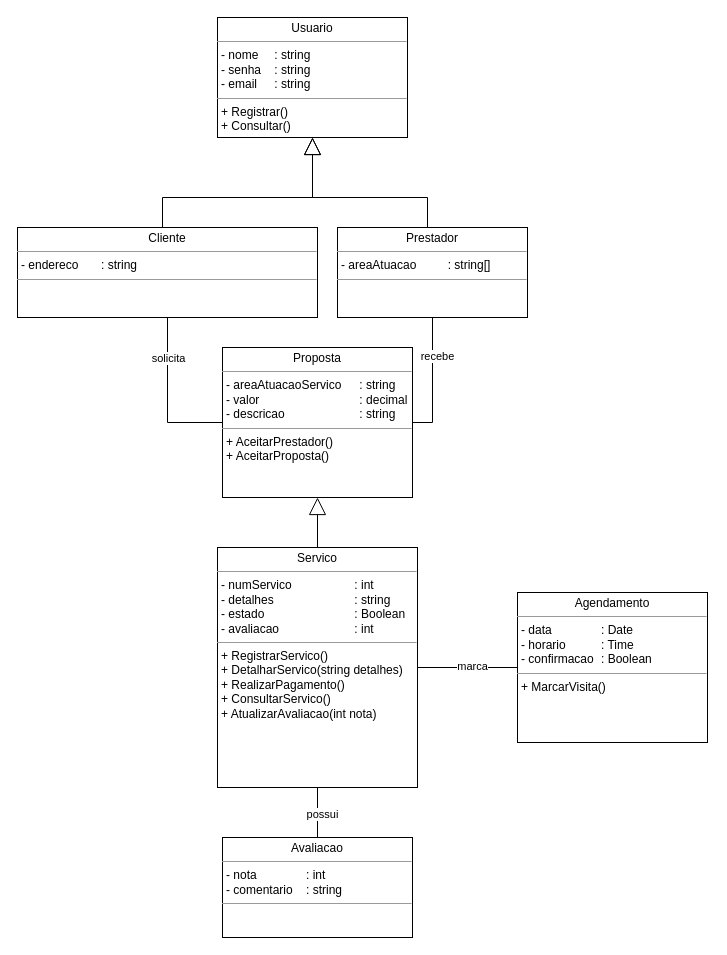
This is docs/DiagramaDeClasses.drawio from LucBonnet/eServicos, a draw.io file, before an edit. Source tidied: cells renumbered, new cells numbered last; positions are measured from the earlier drawing's top-left corner, leaving out a move shared by most shapes. Both pictures are drawn from the tidied source at 100%, with x=0, y=0 at pixel (17, 17).
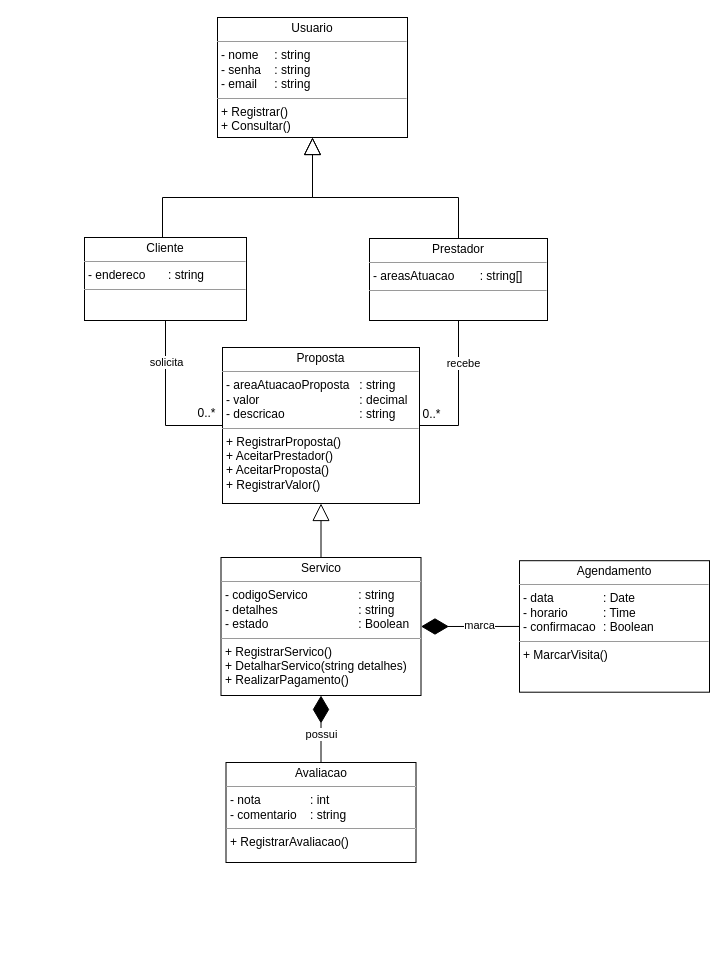
The same page after the edit.

Commit message (it also covers changes not shown here):
Diagrama de Classes

The change refers to these unchanged cells:
```xml
<mxCell id="15" value="&lt;p style=&quot;margin:0px;margin-top:4px;text-align:center;&quot;&gt;Usuario&lt;/p&gt;&lt;hr size=&quot;1&quot;&gt;&lt;p style=&quot;margin:0px;margin-left:4px;&quot;&gt;- nome&lt;span style=&quot;white-space: pre;&quot;&gt;&#9;&lt;/span&gt;: string&lt;/p&gt;&lt;p style=&quot;margin:0px;margin-left:4px;&quot;&gt;- senha&lt;span style=&quot;white-space: pre;&quot;&gt;&#9;&lt;/span&gt;: string&lt;/p&gt;&lt;p style=&quot;margin:0px;margin-left:4px;&quot;&gt;- email&lt;span style=&quot;white-space: pre;&quot;&gt;&#9;&lt;/span&gt;: string&lt;/p&gt;&lt;hr size=&quot;1&quot;&gt;&lt;p style=&quot;margin:0px;margin-left:4px;&quot;&gt;+ Registrar()&lt;/p&gt;&lt;p style=&quot;margin:0px;margin-left:4px;&quot;&gt;+ Consultar()&lt;/p&gt;" style="verticalAlign=top;align=left;overflow=fill;fontSize=12;fontFamily=Helvetica;html=1;rounded=0;shadow=0;comic=0;labelBackgroundColor=none;strokeWidth=1;" parent="1" vertex="1">
  <mxGeometry x="200" width="190" height="120" as="geometry" />
</mxCell>
```

Diff of the diagram source:
```diff
@@
     <mxCell id="5" value="&lt;p style=&quot;margin:0px;margin-top:4px;text-align:center;&quot;&gt;Cliente&lt;/p&gt;&lt;hr size=&quot;1&quot;&gt;&lt;p style=&quot;margin:0px;margin-left:4px;&quot;&gt;- endereco&lt;span style=&quot;white-space: pre;&quot;&gt;&#9;&lt;/span&gt;: string&lt;/p&gt;&lt;hr size=&quot;1&quot;&gt;&lt;p style=&quot;margin:0px;margin-left:4px;&quot;&gt;&lt;br&gt;&lt;/p&gt;" style="verticalAlign=top;align=left;overflow=fill;fontSize=12;fontFamily=Helvetica;html=1;rounded=0;shadow=0;comic=0;labelBackgroundColor=none;strokeWidth=1;" parent="1" vertex="1">
-      <mxGeometry y="210" width="300" height="90" as="geometry" />
+      <mxGeometry x="67" y="220" width="162" height="83" as="geometry" />
     </mxCell>
     <mxCell id="6" style="edgeStyle=orthogonalEdgeStyle;rounded=0;jettySize=auto;html=1;entryX=0.5;entryY=1;entryDx=0;entryDy=0;endArrow=block;endFill=0;endSize=15;" parent="1" edge="1" source="9" target="15">
       <mxGeometry relative="1" as="geometry">
         <Array as="points">
-          <mxPoint x="410" y="180" />
+          <mxPoint x="441" y="180" />
           <mxPoint x="295" y="180" />
         </Array>
       </mxGeometry>
     </mxCell>
@@
-    <mxCell id="9" value="&lt;p style=&quot;margin:0px;margin-top:4px;text-align:center;&quot;&gt;Prestador&lt;/p&gt;&lt;hr size=&quot;1&quot;&gt;&lt;p style=&quot;margin:0px;margin-left:4px;&quot;&gt;- areaAtuacao&lt;span style=&quot;white-space: pre;&quot;&gt;&#9;&lt;span style=&quot;white-space: pre;&quot;&gt;&#9;&lt;/span&gt;&lt;/span&gt;: string[]&lt;/p&gt;&lt;hr size=&quot;1&quot;&gt;&lt;p style=&quot;margin:0px;margin-left:4px;&quot;&gt;&lt;br&gt;&lt;/p&gt;" style="verticalAlign=top;align=left;overflow=fill;fontSize=12;fontFamily=Helvetica;html=1;rounded=0;shadow=0;comic=0;labelBackgroundColor=none;strokeWidth=1;" parent="1" vertex="1">
-      <mxGeometry x="320" y="210" width="190" height="90" as="geometry" />
+    <mxCell id="9" value="&lt;p style=&quot;margin:0px;margin-top:4px;text-align:center;&quot;&gt;Prestador&lt;/p&gt;&lt;hr size=&quot;1&quot;&gt;&lt;p style=&quot;margin:0px;margin-left:4px;&quot;&gt;- areasAtuacao&lt;span style=&quot;white-space: pre;&quot;&gt;&#9;&lt;/span&gt;: string[]&lt;/p&gt;&lt;hr size=&quot;1&quot;&gt;&lt;p style=&quot;margin:0px;margin-left:4px;&quot;&gt;&lt;br&gt;&lt;/p&gt;" style="verticalAlign=top;align=left;overflow=fill;fontSize=12;fontFamily=Helvetica;html=1;rounded=0;shadow=0;comic=0;labelBackgroundColor=none;strokeWidth=1;" parent="1" vertex="1">
+      <mxGeometry x="352" y="221" width="178" height="82" as="geometry" />
     </mxCell>
-    <mxCell id="10" style="edgeStyle=orthogonalEdgeStyle;rounded=0;jettySize=auto;html=1;entryX=0;entryY=0.5;entryDx=0;entryDy=0;endArrow=none;endFill=0;" parent="1" edge="1" source="13" target="14">
+    <mxCell id="10" style="edgeStyle=orthogonalEdgeStyle;rounded=0;jettySize=auto;html=1;entryX=1;entryY=0.5;entryDx=0;entryDy=0;endArrow=diamondThin;endFill=1;exitX=0;exitY=0.5;exitDx=0;exitDy=0;strokeWidth=1;startSize=6;endSize=25;" parent="1" edge="1" source="14" target="13">
       <mxGeometry relative="1" as="geometry" />
     </mxCell>
     <mxCell id="11" value="marca" style="edgeLabel;html=1;align=center;verticalAlign=middle;" parent="10" vertex="1">
-      <mxGeometry x="0.07" y="2" relative="1" as="geometry" />
+      <mxGeometry x="0.07" y="2" relative="1" as="geometry">
+        <mxPoint x="12" y="-3" as="offset" />
+      </mxGeometry>
     </mxCell>
@@
-    <mxCell id="13" value="&lt;p style=&quot;margin:0px;margin-top:4px;text-align:center;&quot;&gt;Servico&lt;/p&gt;&lt;hr size=&quot;1&quot;&gt;&lt;p style=&quot;margin:0px;margin-left:4px;&quot;&gt;- numServico&lt;span style=&quot;white-space: pre;&quot;&gt;&#9;&lt;/span&gt;&lt;span style=&quot;white-space: pre;&quot;&gt;&#9;&lt;/span&gt;&lt;span style=&quot;white-space: pre;&quot;&gt;&#9;&lt;/span&gt;: int&lt;/p&gt;&lt;p style=&quot;margin:0px;margin-left:4px;&quot;&gt;- detalhes&lt;span style=&quot;white-space: pre;&quot;&gt;&#9;&lt;/span&gt;&lt;span style=&quot;white-space: pre;&quot;&gt;&#9;&lt;/span&gt;&lt;span style=&quot;white-space: pre;&quot;&gt;&#9;&lt;/span&gt;: string&lt;/p&gt;&lt;p style=&quot;margin:0px;margin-left:4px;&quot;&gt;- estado&lt;span style=&quot;white-space: pre;&quot;&gt;&#9;&lt;/span&gt;&lt;span style=&quot;white-space: pre;&quot;&gt;&#9;&lt;/span&gt;&lt;span style=&quot;white-space: pre;&quot;&gt;&#9;&lt;/span&gt;&lt;span style=&quot;white-space: pre;&quot;&gt;&#9;&lt;/span&gt;: Boolean&lt;/p&gt;&lt;p style=&quot;margin:0px;margin-left:4px;&quot;&gt;- avaliacao&lt;span style=&quot;white-space: pre;&quot;&gt;&#9;&lt;/span&gt;&lt;span style=&quot;white-space: pre;&quot;&gt;&#9;&lt;/span&gt;&lt;span style=&quot;white-space: pre;&quot;&gt;&#9;&lt;/span&gt;: int&lt;/p&gt;&lt;hr size=&quot;1&quot;&gt;&lt;p style=&quot;margin:0px;margin-left:4px;&quot;&gt;+ RegistrarServico()&amp;nbsp;&lt;/p&gt;&lt;p style=&quot;margin:0px;margin-left:4px;&quot;&gt;+ DetalharServico(string detalhes)&lt;/p&gt;&lt;p style=&quot;margin:0px;margin-left:4px;&quot;&gt;+ RealizarPagamento()&lt;/p&gt;&lt;p style=&quot;margin:0px;margin-left:4px;&quot;&gt;+ ConsultarServico()&amp;nbsp;&lt;/p&gt;&lt;p style=&quot;margin:0px;margin-left:4px;&quot;&gt;+ AtualizarAvaliacao(int nota)&lt;/p&gt;&lt;p style=&quot;margin:0px;margin-left:4px;&quot;&gt;&lt;br&gt;&lt;/p&gt;&lt;p style=&quot;margin:0px;margin-left:4px;&quot;&gt;&lt;br&gt;&lt;/p&gt;" style="verticalAlign=top;align=left;overflow=fill;fontSize=12;fontFamily=Helvetica;html=1;rounded=0;shadow=0;comic=0;labelBackgroundColor=none;strokeWidth=1;" parent="1" vertex="1">
-      <mxGeometry x="200" y="530" width="200" height="240" as="geometry" />
+    <mxCell id="13" value="&lt;p style=&quot;margin:0px;margin-top:4px;text-align:center;&quot;&gt;Servico&lt;/p&gt;&lt;hr size=&quot;1&quot;&gt;&lt;p style=&quot;margin:0px;margin-left:4px;&quot;&gt;- codigoServico&lt;span style=&quot;white-space: pre;&quot;&gt;&#9;&lt;/span&gt;&lt;span style=&quot;white-space: pre;&quot;&gt;&#9;&lt;/span&gt;: string&lt;/p&gt;&lt;p style=&quot;margin:0px;margin-left:4px;&quot;&gt;- detalhes&lt;span style=&quot;white-space: pre;&quot;&gt;&#9;&lt;/span&gt;&lt;span style=&quot;white-space: pre;&quot;&gt;&#9;&lt;/span&gt;&lt;span style=&quot;white-space: pre;&quot;&gt;&#9;&lt;/span&gt;: string&lt;/p&gt;&lt;p style=&quot;margin:0px;margin-left:4px;&quot;&gt;- estado&lt;span style=&quot;white-space: pre;&quot;&gt;&#9;&lt;/span&gt;&lt;span style=&quot;white-space: pre;&quot;&gt;&#9;&lt;/span&gt;&lt;span style=&quot;white-space: pre;&quot;&gt;&#9;&lt;/span&gt;&lt;span style=&quot;white-space: pre;&quot;&gt;&#9;&lt;/span&gt;: Boolean&lt;br&gt;&lt;/p&gt;&lt;hr size=&quot;1&quot;&gt;&lt;p style=&quot;margin:0px;margin-left:4px;&quot;&gt;+ RegistrarServico()&amp;nbsp;&lt;/p&gt;&lt;p style=&quot;margin:0px;margin-left:4px;&quot;&gt;+ DetalharServico(string detalhes)&lt;/p&gt;&lt;p style=&quot;margin:0px;margin-left:4px;&quot;&gt;+ RealizarPagamento()&lt;/p&gt;&lt;p style=&quot;margin:0px;margin-left:4px;&quot;&gt;&lt;br&gt;&lt;/p&gt;&lt;p style=&quot;margin:0px;margin-left:4px;&quot;&gt;&lt;br&gt;&lt;/p&gt;" style="verticalAlign=top;align=left;overflow=fill;fontSize=12;fontFamily=Helvetica;html=1;rounded=0;shadow=0;comic=0;labelBackgroundColor=none;strokeWidth=1;" parent="1" vertex="1">
+      <mxGeometry x="203.5" y="540" width="200" height="138" as="geometry" />
     </mxCell>
     <mxCell id="14" value="&lt;p style=&quot;margin:0px;margin-top:4px;text-align:center;&quot;&gt;Agendamento&lt;/p&gt;&lt;hr size=&quot;1&quot;&gt;&lt;p style=&quot;margin:0px;margin-left:4px;&quot;&gt;- data&lt;span style=&quot;white-space: pre;&quot;&gt;&#9;&lt;/span&gt;&lt;span style=&quot;white-space: pre;&quot;&gt;&#9;&lt;/span&gt;: Date&lt;/p&gt;&lt;p style=&quot;margin:0px;margin-left:4px;&quot;&gt;- horario&lt;span style=&quot;white-space: pre;&quot;&gt;&#9;&lt;/span&gt;&lt;span style=&quot;white-space: pre;&quot;&gt;&#9;&lt;/span&gt;: Time&lt;/p&gt;&lt;p style=&quot;margin:0px;margin-left:4px;&quot;&gt;- confirmacao&lt;span style=&quot;white-space: pre;&quot;&gt;&#9;&lt;/span&gt;: Boolean&lt;/p&gt;&lt;hr size=&quot;1&quot;&gt;&lt;p style=&quot;margin:0px;margin-left:4px;&quot;&gt;+ MarcarVisita()&lt;/p&gt;" style="verticalAlign=top;align=left;overflow=fill;fontSize=12;fontFamily=Helvetica;html=1;rounded=0;shadow=0;comic=0;labelBackgroundColor=none;strokeWidth=1;" parent="1" vertex="1">
-      <mxGeometry x="500" y="575" width="190" height="150" as="geometry" />
+      <mxGeometry x="502" y="543.2" width="190" height="131.5" as="geometry" />
     </mxCell>
@@
-    <mxCell id="16" value="&lt;p style=&quot;margin:0px;margin-top:4px;text-align:center;&quot;&gt;Proposta&lt;/p&gt;&lt;hr size=&quot;1&quot;&gt;&lt;p style=&quot;margin:0px;margin-left:4px;&quot;&gt;- areaAtuacaoServico&lt;span style=&quot;white-space: pre;&quot;&gt;&#9;&lt;/span&gt;: string&lt;br&gt;&lt;/p&gt;&lt;p style=&quot;margin:0px;margin-left:4px;&quot;&gt;- valor&lt;span style=&quot;white-space: pre;&quot;&gt;&#9;&lt;/span&gt;&lt;span style=&quot;white-space: pre;&quot;&gt;&#9;&lt;/span&gt;&lt;span style=&quot;white-space: pre;&quot;&gt;&#9;&lt;/span&gt;&lt;span style=&quot;white-space: pre;&quot;&gt;&#9;&lt;/span&gt;: decimal&lt;/p&gt;&lt;p style=&quot;margin:0px;margin-left:4px;&quot;&gt;- descricao&lt;span style=&quot;white-space: pre;&quot;&gt;&#9;&lt;/span&gt;&lt;span style=&quot;white-space: pre;&quot;&gt;&#9;&lt;/span&gt;&lt;span style=&quot;white-space: pre;&quot;&gt;&#9;&lt;/span&gt;: string&amp;nbsp;&lt;/p&gt;&lt;hr size=&quot;1&quot;&gt;&lt;p style=&quot;margin:0px;margin-left:4px;&quot;&gt;+ AceitarPrestador()&lt;/p&gt;&lt;p style=&quot;margin:0px;margin-left:4px;&quot;&gt;+ AceitarProposta()&lt;/p&gt;&lt;p style=&quot;margin:0px;margin-left:4px;&quot;&gt;&lt;br&gt;&lt;/p&gt;" style="verticalAlign=top;align=left;overflow=fill;fontSize=12;fontFamily=Helvetica;html=1;rounded=0;shadow=0;comic=0;labelBackgroundColor=none;strokeWidth=1;" parent="1" vertex="1">
-      <mxGeometry x="205" y="330" width="190" height="150" as="geometry" />
+    <mxCell id="16" value="&lt;p style=&quot;margin:0px;margin-top:4px;text-align:center;&quot;&gt;Proposta&lt;/p&gt;&lt;hr size=&quot;1&quot;&gt;&lt;p style=&quot;margin:0px;margin-left:4px;&quot;&gt;- areaAtuacaoProposta&lt;span style=&quot;white-space: pre;&quot;&gt;&#9;&lt;/span&gt;: string&lt;br&gt;&lt;/p&gt;&lt;p style=&quot;margin:0px;margin-left:4px;&quot;&gt;- valor&lt;span style=&quot;white-space: pre;&quot;&gt;&#9;&lt;/span&gt;&lt;span style=&quot;white-space: pre;&quot;&gt;&#9;&lt;/span&gt;&lt;span style=&quot;white-space: pre;&quot;&gt;&#9;&lt;/span&gt;&lt;span style=&quot;white-space: pre;&quot;&gt;&#9;&lt;/span&gt;: decimal&lt;/p&gt;&lt;p style=&quot;margin:0px;margin-left:4px;&quot;&gt;- descricao&lt;span style=&quot;white-space: pre;&quot;&gt;&#9;&lt;/span&gt;&lt;span style=&quot;white-space: pre;&quot;&gt;&#9;&lt;/span&gt;&lt;span style=&quot;white-space: pre;&quot;&gt;&#9;&lt;/span&gt;: string&amp;nbsp;&lt;/p&gt;&lt;hr size=&quot;1&quot;&gt;&lt;p style=&quot;margin:0px;margin-left:4px;&quot;&gt;+ RegistrarProposta()&lt;/p&gt;&lt;p style=&quot;margin:0px;margin-left:4px;&quot;&gt;+ AceitarPrestador()&lt;/p&gt;&lt;p style=&quot;margin:0px;margin-left:4px;&quot;&gt;+ AceitarProposta()&lt;/p&gt;&lt;p style=&quot;margin:0px;margin-left:4px;&quot;&gt;+ RegistrarValor()&lt;/p&gt;&lt;p style=&quot;margin:0px;margin-left:4px;&quot;&gt;&lt;br&gt;&lt;/p&gt;" style="verticalAlign=top;align=left;overflow=fill;fontSize=12;fontFamily=Helvetica;html=1;rounded=0;shadow=0;comic=0;labelBackgroundColor=none;strokeWidth=1;" parent="1" vertex="1">
+      <mxGeometry x="205" y="330" width="197" height="156" as="geometry" />
     </mxCell>
-    <mxCell id="17" style="edgeStyle=orthogonalEdgeStyle;rounded=0;jettySize=auto;html=1;endArrow=none;endFill=0;" parent="1" edge="1" source="19" target="13">
+    <mxCell id="17" style="edgeStyle=orthogonalEdgeStyle;rounded=0;jettySize=auto;html=1;endArrow=diamondThin;endFill=1;startArrow=none;startFill=0;endSize=25;" parent="1" edge="1" source="19" target="13">
       <mxGeometry relative="1" as="geometry" />
     </mxCell>
     <mxCell id="18" value="possui" style="edgeLabel;html=1;align=center;verticalAlign=middle;" parent="17" vertex="1">
-      <mxGeometry x="-0.03" y="-4" relative="1" as="geometry" />
+      <mxGeometry x="-0.03" y="-4" relative="1" as="geometry">
+        <mxPoint x="-4" y="3" as="offset" />
+      </mxGeometry>
     </mxCell>
-    <mxCell id="19" value="&lt;p style=&quot;margin:0px;margin-top:4px;text-align:center;&quot;&gt;Avaliacao&lt;/p&gt;&lt;hr size=&quot;1&quot;&gt;&lt;p style=&quot;margin:0px;margin-left:4px;&quot;&gt;- nota&lt;span style=&quot;white-space: pre;&quot;&gt;&#9;&lt;/span&gt;&lt;span style=&quot;white-space: pre;&quot;&gt;&#9;&lt;/span&gt;: int&lt;/p&gt;&lt;p style=&quot;margin:0px;margin-left:4px;&quot;&gt;- comentario&lt;span style=&quot;white-space: pre;&quot;&gt;&#9;&lt;/span&gt;: string&lt;br&gt;&lt;/p&gt;&lt;hr size=&quot;1&quot;&gt;&lt;p style=&quot;margin:0px;margin-left:4px;&quot;&gt;&lt;br&gt;&lt;/p&gt;" style="verticalAlign=top;align=left;overflow=fill;fontSize=12;fontFamily=Helvetica;html=1;rounded=0;shadow=0;comic=0;labelBackgroundColor=none;strokeWidth=1;" parent="1" vertex="1">
-      <mxGeometry x="205" y="820" width="190" height="100" as="geometry" />
+    <mxCell id="19" value="&lt;p style=&quot;margin:0px;margin-top:4px;text-align:center;&quot;&gt;Avaliacao&lt;/p&gt;&lt;hr size=&quot;1&quot;&gt;&lt;p style=&quot;margin:0px;margin-left:4px;&quot;&gt;- nota&lt;span style=&quot;&quot;&gt;&lt;span style=&quot;white-space: pre;&quot;&gt;&amp;nbsp;&amp;nbsp;&amp;nbsp;&amp;nbsp;&lt;/span&gt;&lt;/span&gt;&lt;span style=&quot;&quot;&gt;&lt;span style=&quot;white-space: pre;&quot;&gt;&amp;nbsp;&amp;nbsp;&amp;nbsp;&amp;nbsp;&lt;span style=&quot;white-space: pre;&quot;&gt;&#9;&lt;/span&gt;&lt;/span&gt;&lt;/span&gt;: int&lt;/p&gt;&lt;p style=&quot;margin:0px;margin-left:4px;&quot;&gt;- comentario&lt;span style=&quot;&quot;&gt;&lt;span style=&quot;white-space: pre;&quot;&gt;&amp;nbsp;&amp;nbsp;&amp;nbsp;&amp;nbsp;&lt;/span&gt;&lt;/span&gt;: string&lt;br&gt;&lt;/p&gt;&lt;hr size=&quot;1&quot;&gt;&lt;p style=&quot;margin:0px;margin-left:4px;&quot;&gt;+ RegistrarAvaliacao()&lt;br&gt;&lt;/p&gt;" style="verticalAlign=top;align=left;overflow=fill;fontSize=12;fontFamily=Helvetica;html=1;rounded=0;shadow=0;comic=0;labelBackgroundColor=none;strokeWidth=1;" parent="1" vertex="1">
+      <mxGeometry x="208.5" y="745" width="190" height="100" as="geometry" />
     </mxCell>
+    <mxCell id="20" value="0..*" style="text;html=1;align=center;verticalAlign=middle;strokeColor=none;fillColor=none;" parent="1" vertex="1">
+      <mxGeometry x="171" y="383" width="36" height="26" as="geometry" />
+    </mxCell>
+    <mxCell id="21" value="0..*" style="text;html=1;align=center;verticalAlign=middle;strokeColor=none;fillColor=none;" parent="1" vertex="1">
+      <mxGeometry x="396" y="384" width="36" height="26" as="geometry" />
+    </mxCell>
```
